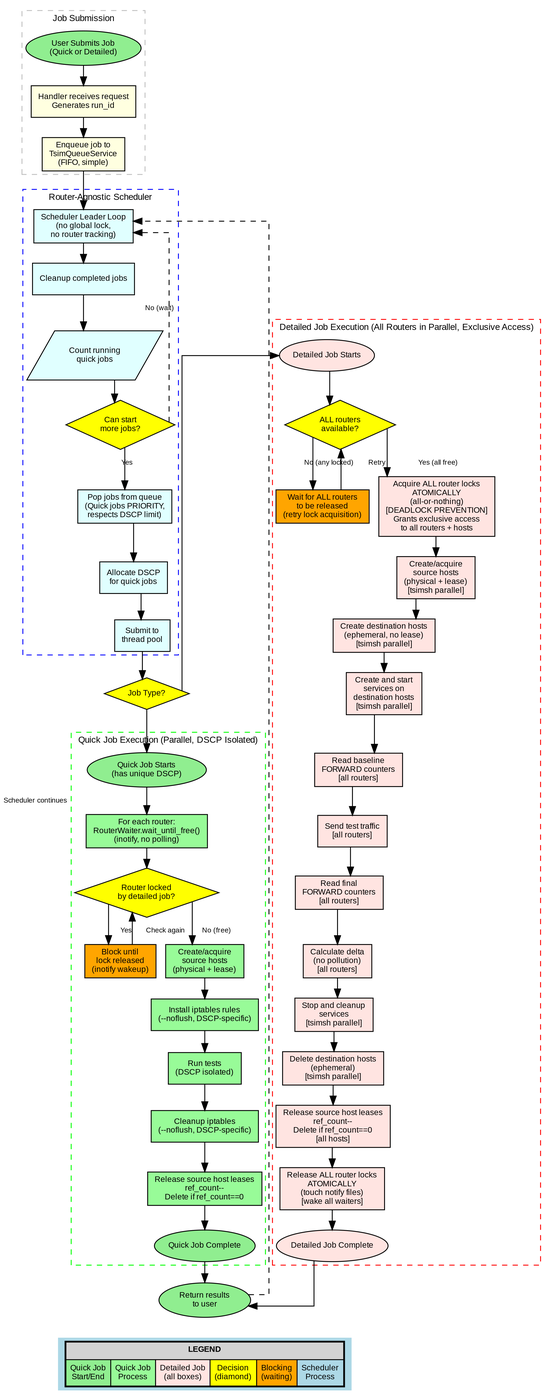
The Graphviz diagram docs/job_scheduling_flowchart.png in ksparavec/traceroute_simulator, before a commit. Its source is kept beside it as docs/job_scheduling_flowchart.dot.
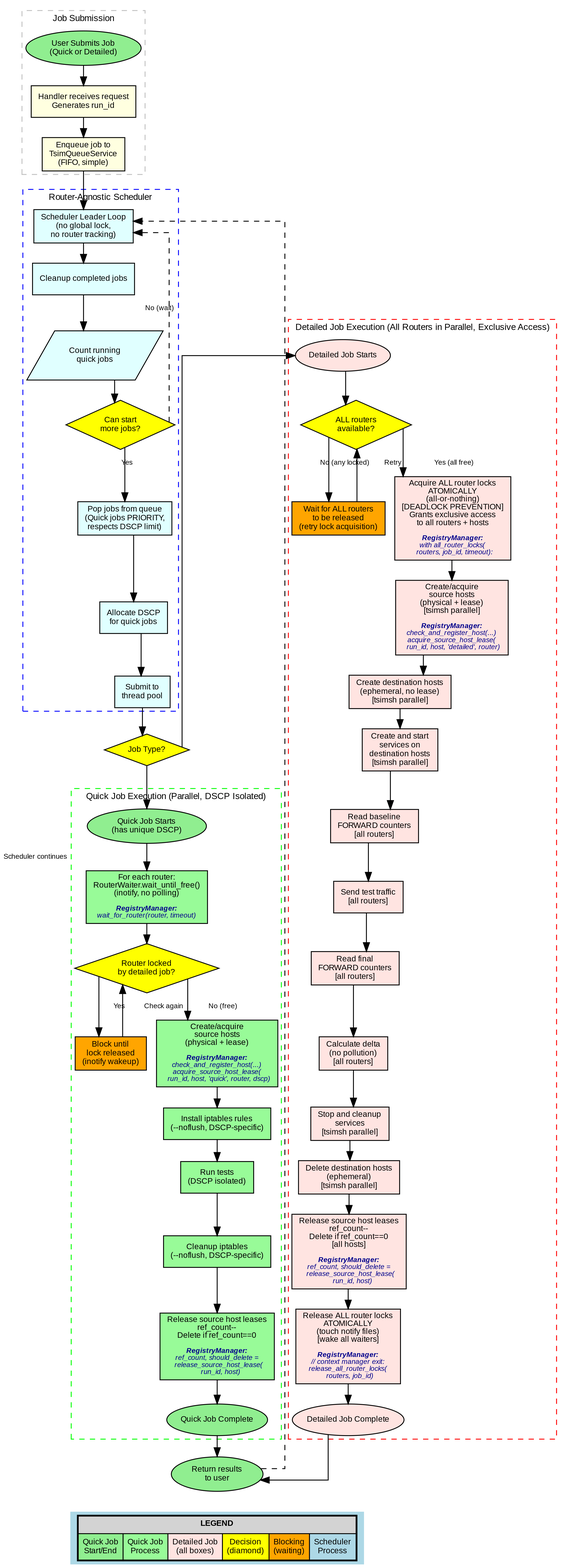
Later version of the same file.

The edit, as a diff of the source:
```diff
@@ -46,26 +46,42 @@
 		color=green label="Quick Job Execution (Parallel, DSCP Isolated)" margin=4 style=dashed
 		quick_start [label="Quick Job Starts
 (has unique DSCP)" fillcolor=lightgreen shape=ellipse]
-		quick_wait [label="For each router:
-RouterWaiter.wait_until_free()
-(inotify, no polling)" fillcolor=palegreen]
+		quick_wait [label=<
+For each router:<BR/>
+RouterWaiter.wait_until_free()<BR/>
+(inotify, no polling)<BR/>
+<BR/>
+<FONT POINT-SIZE="8" COLOR="darkblue"><I><B>RegistryManager:</B></I></FONT><BR/>
+<FONT POINT-SIZE="8" COLOR="darkblue"><I>wait_for_router(router, timeout)</I></FONT>> fillcolor=palegreen]
 		quick_locked [label="Router locked
 by detailed job?" fillcolor=yellow shape=diamond]
 		quick_block [label="Block until
 lock released
 (inotify wakeup)" fillcolor=orange]
-		quick_hosts [label="Create/acquire
-source hosts
-(physical + lease)" fillcolor=palegreen]
+		quick_hosts [label=<
+Create/acquire<BR/>
+source hosts<BR/>
+(physical + lease)<BR/>
+<BR/>
+<FONT POINT-SIZE="8" COLOR="darkblue"><I><B>RegistryManager:</B></I></FONT><BR/>
+<FONT POINT-SIZE="8" COLOR="darkblue"><I>check_and_register_host(...)</I></FONT><BR/>
+<FONT POINT-SIZE="8" COLOR="darkblue"><I>acquire_source_host_lease(</I></FONT><BR/>
+<FONT POINT-SIZE="8" COLOR="darkblue"><I>  run_id, host, 'quick', router, dscp)</I></FONT>> fillcolor=palegreen]
 		quick_iptables [label="Install iptables rules
 (--noflush, DSCP-specific)" fillcolor=palegreen]
 		quick_test [label="Run tests
 (DSCP isolated)" fillcolor=palegreen]
 		quick_cleanup_ipt [label="Cleanup iptables
 (--noflush, DSCP-specific)" fillcolor=palegreen]
-		quick_cleanup_hosts [label="Release source host leases
-ref_count--
-Delete if ref_count==0" fillcolor=palegreen]
+		quick_cleanup_hosts [label=<
+Release source host leases<BR/>
+ref_count--<BR/>
+Delete if ref_count==0<BR/>
+<BR/>
+<FONT POINT-SIZE="8" COLOR="darkblue"><I><B>RegistryManager:</B></I></FONT><BR/>
+<FONT POINT-SIZE="8" COLOR="darkblue"><I>ref_count, should_delete =</I></FONT><BR/>
+<FONT POINT-SIZE="8" COLOR="darkblue"><I>  release_source_host_lease(</I></FONT><BR/>
+<FONT POINT-SIZE="8" COLOR="darkblue"><I>    run_id, host)</I></FONT>> fillcolor=palegreen]
 		quick_end [label="Quick Job Complete" fillcolor=lightgreen shape=ellipse]
 	}
 	job_type -> quick_start
@@ -87,16 +103,27 @@
 		det_block [label="Wait for ALL routers
 to be released
 (retry lock acquisition)" fillcolor=orange]
-		det_lock_all [label="Acquire ALL router locks
-ATOMICALLY
-(all-or-nothing)
-[DEADLOCK PREVENTION]
-Grants exclusive access
-to all routers + hosts" fillcolor=mistyrose]
-		det_src_hosts [label="Create/acquire
-source hosts
-(physical + lease)
-[tsimsh parallel]" fillcolor=mistyrose]
+		det_lock_all [label=<
+Acquire ALL router locks<BR/>
+ATOMICALLY<BR/>
+(all-or-nothing)<BR/>
+[DEADLOCK PREVENTION]<BR/>
+Grants exclusive access<BR/>
+to all routers + hosts<BR/>
+<BR/>
+<FONT POINT-SIZE="8" COLOR="darkblue"><I><B>RegistryManager:</B></I></FONT><BR/>
+<FONT POINT-SIZE="8" COLOR="darkblue"><I>with all_router_locks(</I></FONT><BR/>
+<FONT POINT-SIZE="8" COLOR="darkblue"><I>  routers, job_id, timeout):</I></FONT>> fillcolor=mistyrose]
+		det_src_hosts [label=<
+Create/acquire<BR/>
+source hosts<BR/>
+(physical + lease)<BR/>
+[tsimsh parallel]<BR/>
+<BR/>
+<FONT POINT-SIZE="8" COLOR="darkblue"><I><B>RegistryManager:</B></I></FONT><BR/>
+<FONT POINT-SIZE="8" COLOR="darkblue"><I>check_and_register_host(...)</I></FONT><BR/>
+<FONT POINT-SIZE="8" COLOR="darkblue"><I>acquire_source_host_lease(</I></FONT><BR/>
+<FONT POINT-SIZE="8" COLOR="darkblue"><I>  run_id, host, 'detailed', router)</I></FONT>> fillcolor=mistyrose]
 		det_dst_hosts [label="Create destination hosts
 (ephemeral, no lease)
 [tsimsh parallel]" fillcolor=mistyrose]
@@ -121,14 +148,26 @@
 		det_cleanup_dst [label="Delete destination hosts
 (ephemeral)
 [tsimsh parallel]" fillcolor=mistyrose]
-		det_cleanup_src [label="Release source host leases
-ref_count--
-Delete if ref_count==0
-[all hosts]" fillcolor=mistyrose]
-		det_unlock_all [label="Release ALL router locks
-ATOMICALLY
-(touch notify files)
-[wake all waiters]" fillcolor=mistyrose]
+		det_cleanup_src [label=<
+Release source host leases<BR/>
+ref_count--<BR/>
+Delete if ref_count==0<BR/>
+[all hosts]<BR/>
+<BR/>
+<FONT POINT-SIZE="8" COLOR="darkblue"><I><B>RegistryManager:</B></I></FONT><BR/>
+<FONT POINT-SIZE="8" COLOR="darkblue"><I>ref_count, should_delete =</I></FONT><BR/>
+<FONT POINT-SIZE="8" COLOR="darkblue"><I>  release_source_host_lease(</I></FONT><BR/>
+<FONT POINT-SIZE="8" COLOR="darkblue"><I>    run_id, host)</I></FONT>> fillcolor=mistyrose]
+		det_unlock_all [label=<
+Release ALL router locks<BR/>
+ATOMICALLY<BR/>
+(touch notify files)<BR/>
+[wake all waiters]<BR/>
+<BR/>
+<FONT POINT-SIZE="8" COLOR="darkblue"><I><B>RegistryManager:</B></I></FONT><BR/>
+<FONT POINT-SIZE="8" COLOR="darkblue"><I>// context manager exit:</I></FONT><BR/>
+<FONT POINT-SIZE="8" COLOR="darkblue"><I>release_all_router_locks(</I></FONT><BR/>
+<FONT POINT-SIZE="8" COLOR="darkblue"><I>  routers, job_id)</I></FONT>> fillcolor=mistyrose]
 		det_end [label="Detailed Job Complete" fillcolor=mistyrose shape=ellipse]
 	}
 	job_type -> det_start
```
